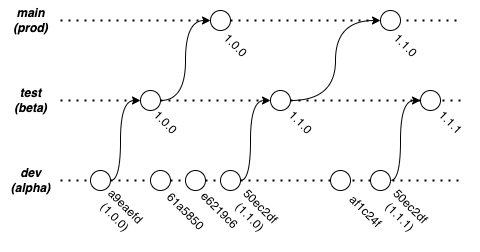
The draw.io diagram img/tesi-18-release-flow.drawio.png in paganellif/tesi-paganelli, before a commit. Source tidied: cells renumbered, new cells last; positions are measured from the earlier drawing's top-left corner, leaving out a move shared by most shapes.
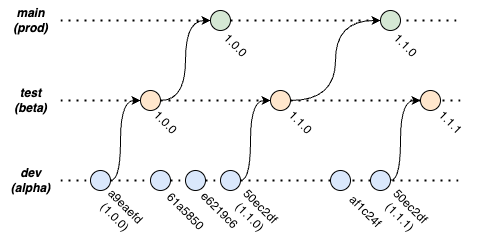
Later version of the same file.

What changed in the source:
```diff
@@ -46,7 +46,7 @@
         </Array>
       </mxGeometry>
     </mxCell>
-    <mxCell id="13" style="ellipse;whiteSpace=wrap;html=1;direction=west;" parent="1" vertex="1">
+    <mxCell id="13" style="ellipse;whiteSpace=wrap;html=1;direction=west;fillColor=#dae8fc;strokeColor=#000000;" parent="1" vertex="1">
       <mxGeometry x="90" y="170" width="20" height="20" as="geometry" />
     </mxCell>
     <mxCell id="14" style="endArrow=none;dashed=1;html=1;dashPattern=1 3;strokeWidth=2;rounded=0;" parent="1" edge="1" target="13">
@@ -57,7 +57,7 @@
     <mxCell id="15" style="edgeStyle=orthogonalEdgeStyle;curved=1;rounded=0;jettySize=auto;html=1;entryX=1;entryY=0.5;entryDx=0;entryDy=0;" parent="1" edge="1" source="16" target="27">
       <mxGeometry relative="1" as="geometry" />
     </mxCell>
-    <mxCell id="16" style="ellipse;whiteSpace=wrap;html=1;direction=west;" parent="1" vertex="1">
+    <mxCell id="16" style="ellipse;whiteSpace=wrap;html=1;direction=west;fillColor=#ffe6cc;strokeColor=#000000;" parent="1" vertex="1">
       <mxGeometry x="140" y="90" width="20" height="20" as="geometry" />
     </mxCell>
     <mxCell id="17" style="endArrow=none;dashed=1;html=1;dashPattern=1 3;strokeWidth=2;rounded=0;" parent="1" edge="1" target="16">
@@ -65,13 +65,13 @@
         <mxPoint x="60" y="100" as="sourcePoint" />
       </mxGeometry>
     </mxCell>
-    <mxCell id="18" style="ellipse;whiteSpace=wrap;html=1;direction=west;" parent="1" vertex="1">
+    <mxCell id="18" style="ellipse;whiteSpace=wrap;html=1;direction=west;fillColor=#dae8fc;strokeColor=#000000;" parent="1" vertex="1">
       <mxGeometry x="150" y="170" width="20" height="20" as="geometry" />
     </mxCell>
     <mxCell id="19" style="endArrow=none;dashed=1;html=1;dashPattern=1 3;strokeWidth=2;rounded=0;startArrow=none;" parent="1" edge="1" source="13" target="18">
       <mxGeometry relative="1" as="geometry" />
     </mxCell>
-    <mxCell id="20" style="ellipse;whiteSpace=wrap;html=1;direction=west;" parent="1" vertex="1">
+    <mxCell id="20" style="ellipse;whiteSpace=wrap;html=1;direction=west;fillColor=#dae8fc;strokeColor=#000000;" parent="1" vertex="1">
       <mxGeometry x="185" y="170" width="20" height="20" as="geometry" />
     </mxCell>
     <mxCell id="21" style="endArrow=none;dashed=1;html=1;dashPattern=1 3;strokeWidth=2;rounded=0;startArrow=none;" parent="1" edge="1" source="18" target="20">
@@ -85,19 +85,19 @@
         </Array>
       </mxGeometry>
     </mxCell>
-    <mxCell id="23" style="ellipse;whiteSpace=wrap;html=1;direction=west;" parent="1" vertex="1">
+    <mxCell id="23" style="ellipse;whiteSpace=wrap;html=1;direction=west;fillColor=#dae8fc;strokeColor=#000000;" parent="1" vertex="1">
       <mxGeometry x="220" y="170" width="20" height="20" as="geometry" />
     </mxCell>
     <mxCell id="24" style="endArrow=none;dashed=1;html=1;dashPattern=1 3;strokeWidth=2;rounded=0;startArrow=none;" parent="1" edge="1" source="20" target="23">
       <mxGeometry relative="1" as="geometry" />
     </mxCell>
-    <mxCell id="25" style="ellipse;whiteSpace=wrap;html=1;direction=west;" parent="1" vertex="1">
+    <mxCell id="25" style="ellipse;whiteSpace=wrap;html=1;direction=west;fillColor=#ffe6cc;strokeColor=#000000;" parent="1" vertex="1">
       <mxGeometry x="270" y="90" width="20" height="20" as="geometry" />
     </mxCell>
     <mxCell id="26" style="endArrow=none;dashed=1;html=1;dashPattern=1 3;strokeWidth=2;rounded=0;startArrow=none;" parent="1" edge="1" source="16" target="25">
       <mxGeometry relative="1" as="geometry" />
     </mxCell>
-    <mxCell id="27" style="ellipse;whiteSpace=wrap;html=1;direction=west;" parent="1" vertex="1">
+    <mxCell id="27" style="ellipse;whiteSpace=wrap;html=1;direction=west;fillColor=#d5e8d4;strokeColor=#000000;" parent="1" vertex="1">
       <mxGeometry x="210" y="10" width="20" height="20" as="geometry" />
     </mxCell>
     <mxCell id="28" style="endArrow=none;dashed=1;html=1;dashPattern=1 3;strokeWidth=2;rounded=0;" parent="1" edge="1" target="27">
@@ -122,10 +122,10 @@
         </Array>
       </mxGeometry>
     </mxCell>
-    <mxCell id="33" style="ellipse;whiteSpace=wrap;html=1;direction=west;" parent="1" vertex="1">
+    <mxCell id="33" style="ellipse;whiteSpace=wrap;html=1;direction=west;fillColor=#dae8fc;strokeColor=#000000;" parent="1" vertex="1">
       <mxGeometry x="370" y="170" width="20" height="20" as="geometry" />
     </mxCell>
-    <mxCell id="34" style="ellipse;whiteSpace=wrap;html=1;direction=west;" parent="1" vertex="1">
+    <mxCell id="34" style="ellipse;whiteSpace=wrap;html=1;direction=west;fillColor=#ffe6cc;strokeColor=#000000;" parent="1" vertex="1">
       <mxGeometry x="420" y="90" width="20" height="20" as="geometry" />
     </mxCell>
     <mxCell id="35" value="50ec2df&lt;br&gt;(1.1.1)" style="text;html=1;align=center;verticalAlign=middle;strokeColor=none;fillColor=none;rotation=45;" parent="1" vertex="1">
@@ -134,7 +134,7 @@
     <mxCell id="36" value="1.1.1" style="text;html=1;align=center;verticalAlign=middle;strokeColor=none;fillColor=none;rotation=45;" parent="1" vertex="1">
       <mxGeometry x="425" y="107" width="50" height="30" as="geometry" />
     </mxCell>
-    <mxCell id="37" style="ellipse;whiteSpace=wrap;html=1;direction=west;" parent="1" vertex="1">
+    <mxCell id="37" style="ellipse;whiteSpace=wrap;html=1;direction=west;fillColor=#dae8fc;strokeColor=#000000;" parent="1" vertex="1">
       <mxGeometry x="330" y="170" width="20" height="20" as="geometry" />
     </mxCell>
     <mxCell id="38" value="af1c24f" style="text;html=1;align=center;verticalAlign=middle;strokeColor=none;fillColor=none;rotation=45;" parent="1" vertex="1">
@@ -145,7 +145,7 @@
         <mxPoint x="290" y="100" as="sourcePoint" />
       </mxGeometry>
     </mxCell>
-    <mxCell id="40" style="ellipse;whiteSpace=wrap;html=1;direction=west;" parent="1" vertex="1">
+    <mxCell id="40" style="ellipse;whiteSpace=wrap;html=1;direction=west;fillColor=#d5e8d4;strokeColor=#000000;" parent="1" vertex="1">
       <mxGeometry x="380" y="10" width="20" height="20" as="geometry" />
     </mxCell>
     <mxCell id="41" value="1.1.0" style="text;html=1;align=center;verticalAlign=middle;strokeColor=none;fillColor=none;rotation=45;" parent="1" vertex="1">
```
